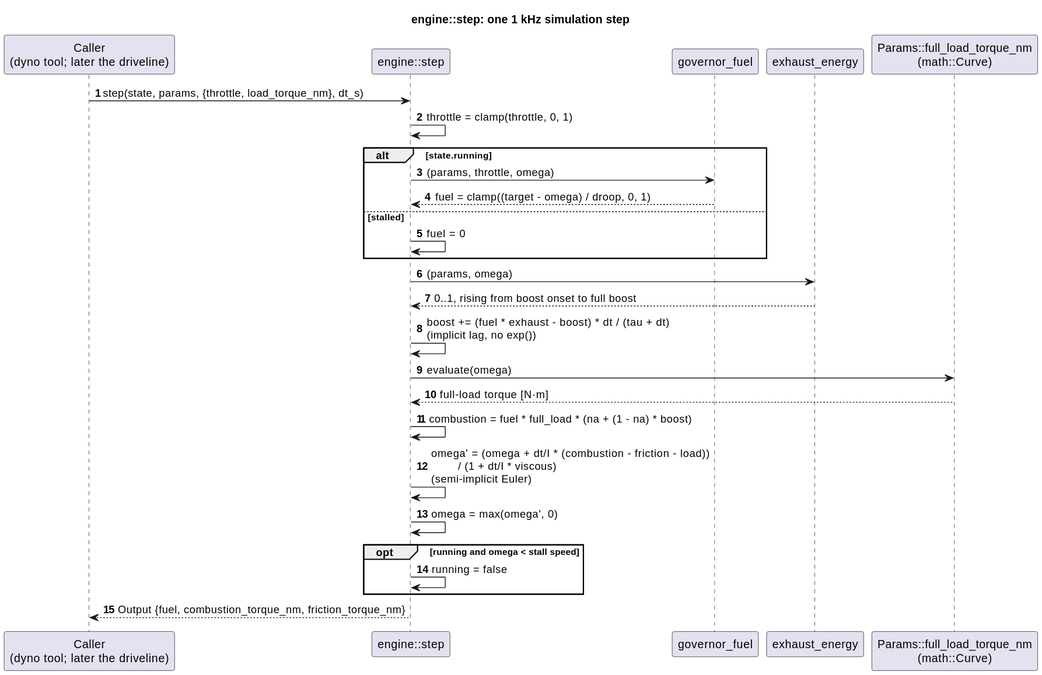
wversteeg/TractorPulling keeps this PlantUML diagram as docs/diagrams/svg/engine_step_sequence.svg. Above is the earlier version. Its diagram source:
```plantuml
@startuml
title engine::step: one 1 kHz simulation step
autonumber
participant "Caller\n(dyno tool; later the driveline)" as Caller
participant "engine::step" as Step
participant "governor_fuel" as Gov
participant "exhaust_energy" as Exh
participant "Params::full_load_torque_nm\n(math::Curve)" as Curve

Caller -> Step : step(state, params, {throttle, load_torque_nm}, dt_s)
Step -> Step : throttle = clamp(throttle, 0, 1)
alt state.running
  Step -> Gov : (params, throttle, omega)
  Gov --> Step : fuel = clamp((target - omega) / droop, 0, 1)
else stalled
  Step -> Step : fuel = 0
end
Step -> Exh : (params, omega)
Exh --> Step : 0..1, rising from boost onset to full boost
Step -> Step : boost += (fuel * exhaust - boost) * dt / (tau + dt)\n(implicit lag, no exp())
Step -> Curve : evaluate(omega)
Curve --> Step : full-load torque [N·m]
Step -> Step : combustion = fuel * full_load * (na + (1 - na) * boost)
Step -> Step : omega' = (omega + dt/I * (combustion - friction - load))\n         / (1 + dt/I * viscous)\n(semi-implicit Euler)
Step -> Step : omega = max(omega', 0)
opt running and omega < stall speed
  Step -> Step : running = false
end
Step --> Caller : Output {fuel, combustion_torque_nm, friction_torque_nm}
@enduml
```
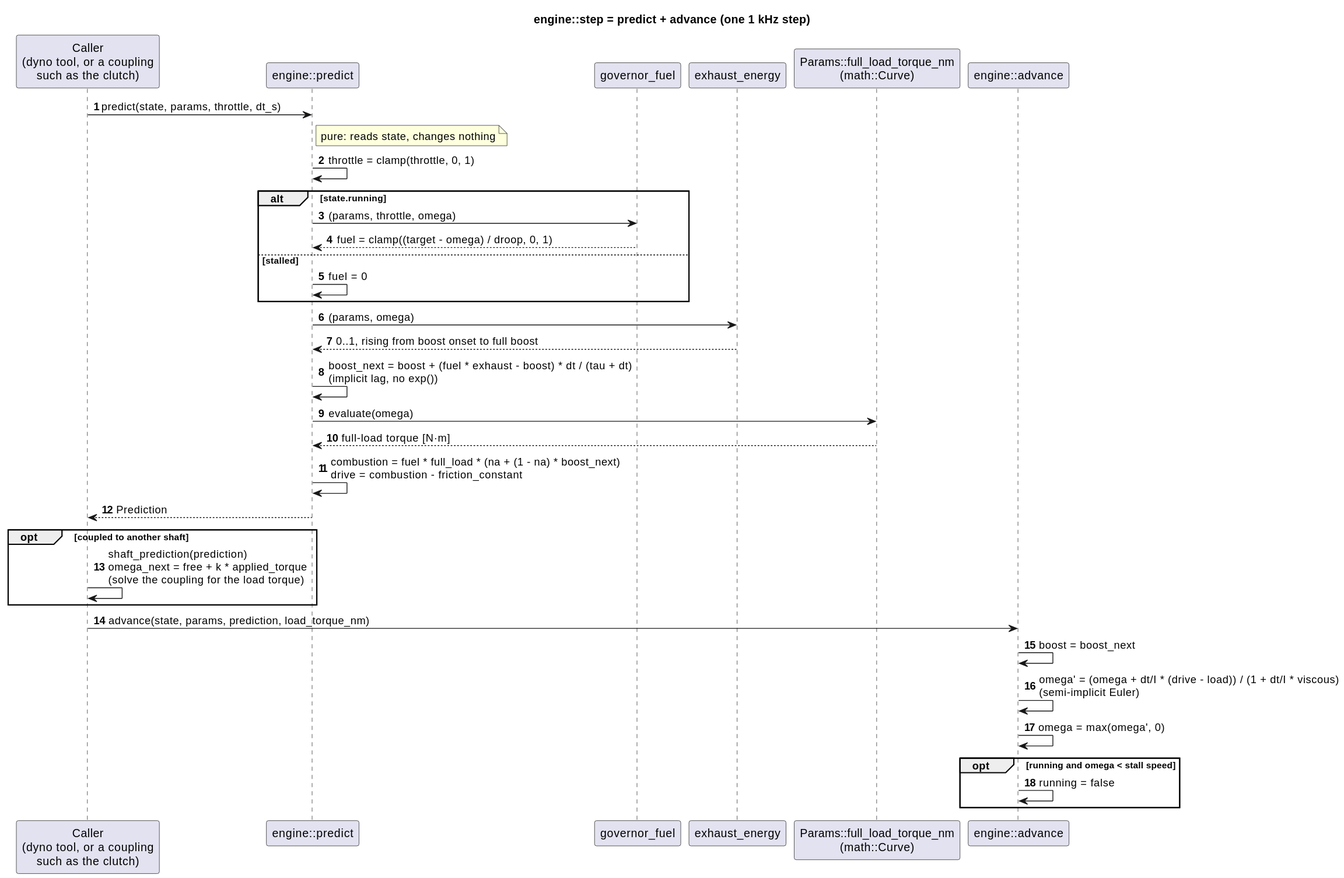
After the change.

Commit message:
Split engine::step into predict and advance for couplings

Change to the diagram source:
```diff
@@ -1,30 +1,39 @@
 @startuml
-title engine::step: one 1 kHz simulation step
+title engine::step = predict + advance (one 1 kHz step)
 autonumber
-participant "Caller\n(dyno tool; later the driveline)" as Caller
-participant "engine::step" as Step
+participant "Caller\n(dyno tool, or a coupling\nsuch as the clutch)" as Caller
+participant "engine::predict" as Predict
 participant "governor_fuel" as Gov
 participant "exhaust_energy" as Exh
 participant "Params::full_load_torque_nm\n(math::Curve)" as Curve
+participant "engine::advance" as Advance
 
-Caller -> Step : step(state, params, {throttle, load_torque_nm}, dt_s)
-Step -> Step : throttle = clamp(throttle, 0, 1)
+Caller -> Predict : predict(state, params, throttle, dt_s)
+note right of Predict : pure: reads state, changes nothing
+Predict -> Predict : throttle = clamp(throttle, 0, 1)
 alt state.running
-  Step -> Gov : (params, throttle, omega)
-  Gov --> Step : fuel = clamp((target - omega) / droop, 0, 1)
+  Predict -> Gov : (params, throttle, omega)
+  Gov --> Predict : fuel = clamp((target - omega) / droop, 0, 1)
 else stalled
-  Step -> Step : fuel = 0
+  Predict -> Predict : fuel = 0
 end
-Step -> Exh : (params, omega)
-Exh --> Step : 0..1, rising from boost onset to full boost
-Step -> Step : boost += (fuel * exhaust - boost) * dt / (tau + dt)\n(implicit lag, no exp())
-Step -> Curve : evaluate(omega)
-Curve --> Step : full-load torque [N·m]
-Step -> Step : combustion = fuel * full_load * (na + (1 - na) * boost)
-Step -> Step : omega' = (omega + dt/I * (combustion - friction - load))\n         / (1 + dt/I * viscous)\n(semi-implicit Euler)
-Step -> Step : omega = max(omega', 0)
+Predict -> Exh : (params, omega)
+Exh --> Predict : 0..1, rising from boost onset to full boost
+Predict -> Predict : boost_next = boost + (fuel * exhaust - boost) * dt / (tau + dt)\n(implicit lag, no exp())
+Predict -> Curve : evaluate(omega)
+Curve --> Predict : full-load torque [N·m]
+Predict -> Predict : combustion = fuel * full_load * (na + (1 - na) * boost_next)\ndrive = combustion - friction_constant
+Predict --> Caller : Prediction
+
+opt coupled to another shaft
+  Caller -> Caller : shaft_prediction(prediction)\nomega_next = free + k * applied_torque\n(solve the coupling for the load torque)
+end
+
+Caller -> Advance : advance(state, params, prediction, load_torque_nm)
+Advance -> Advance : boost = boost_next
+Advance -> Advance : omega' = (omega + dt/I * (drive - load)) / (1 + dt/I * viscous)\n(semi-implicit Euler)
+Advance -> Advance : omega = max(omega', 0)
 opt running and omega < stall speed
-  Step -> Step : running = false
+  Advance -> Advance : running = false
 end
-Step --> Caller : Output {fuel, combustion_torque_nm, friction_torque_nm}
 @enduml
```
